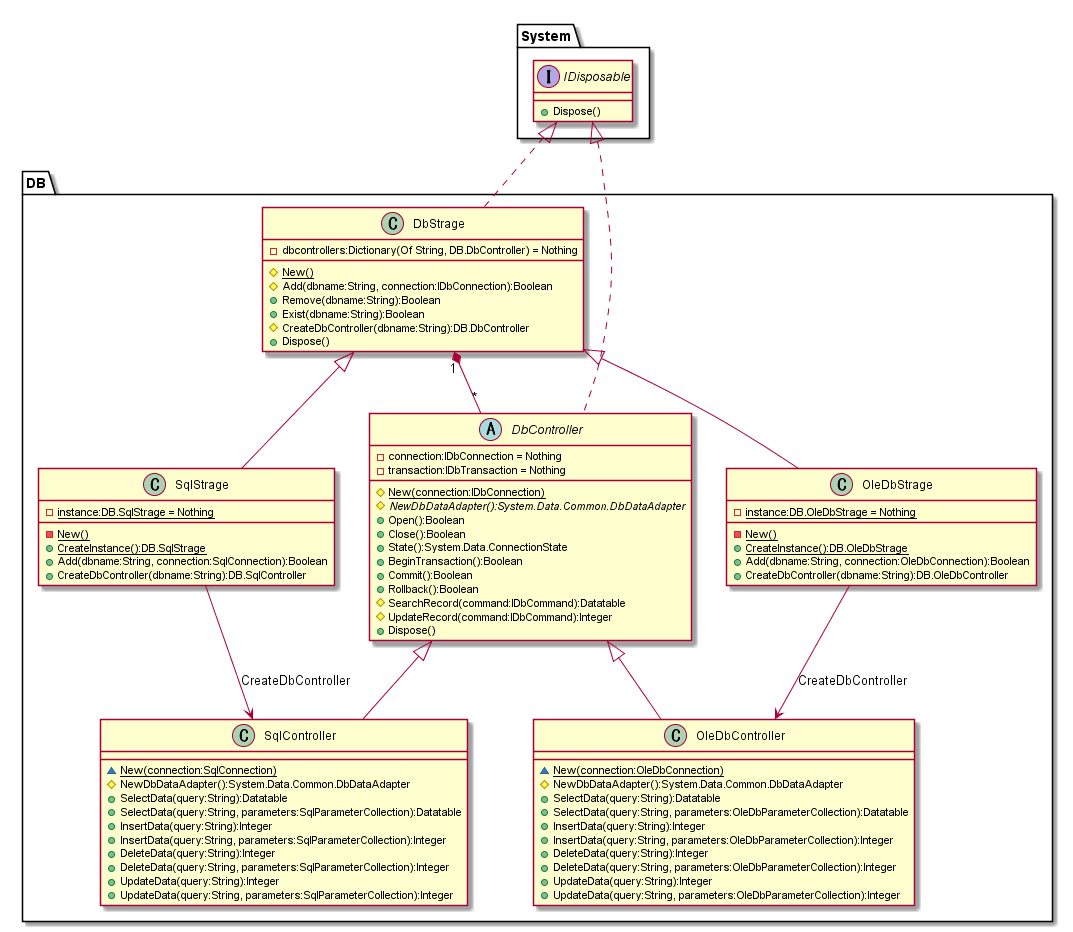
hirorich/CommonTool keeps this PlantUML diagram as doc/ClassDiagram/DbControll.png. Above is the earlier version.
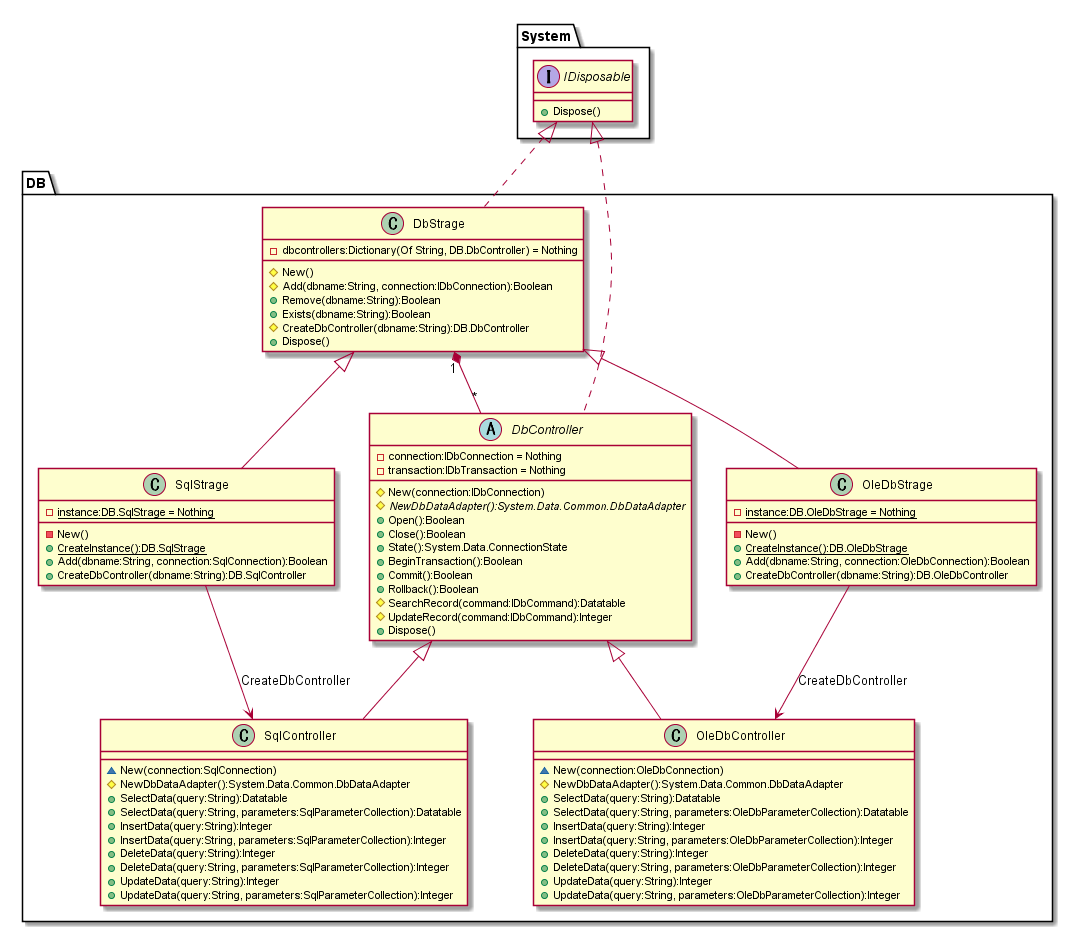
The same diagram one commit later.

The edit, as a diff of the source:
```diff
@@ -7,10 +7,10 @@
 class DB.DbStrage {
   - {field} dbcontrollers:Dictionary(Of String, DB.DbController) = Nothing
 
-  # {static} New()
+  # New()
   # Add(dbname:String, connection:IDbConnection):Boolean
   + Remove(dbname:String):Boolean
-  + Exist(dbname:String):Boolean
+  + Exists(dbname:String):Boolean
   # CreateDbController(dbname:String):DB.DbController
   + Dispose()
 }
@@ -19,7 +19,7 @@
 class DB.SqlStrage {
   - {static} instance:DB.SqlStrage = Nothing
 
-  - {static} New()
+  - New()
   + {static} CreateInstance():DB.SqlStrage
   + Add(dbname:String, connection:SqlConnection):Boolean
   + CreateDbController(dbname:String):DB.SqlController
@@ -29,7 +29,7 @@
 class DB.OleDbStrage {
   - {static} instance:DB.OleDbStrage = Nothing
 
-  - {static} New()
+  - New()
   + {static} CreateInstance():DB.OleDbStrage
   + Add(dbname:String, connection:OleDbConnection):Boolean
   + CreateDbController(dbname:String):DB.OleDbController
@@ -40,7 +40,7 @@
   - connection:IDbConnection = Nothing
   - transaction:IDbTransaction = Nothing
 
-  # {static} New(connection:IDbConnection)
+  # New(connection:IDbConnection)
   # {abstract} NewDbDataAdapter():System.Data.Common.DbDataAdapter
   + Open():Boolean
   + Close():Boolean
@@ -56,7 +56,7 @@
 
 class DB.SqlController {
 
-  ~ {static} New(connection:SqlConnection)
+  ~ New(connection:SqlConnection)
   # NewDbDataAdapter():System.Data.Common.DbDataAdapter
   + SelectData(query:String):Datatable
   + SelectData(query:String, parameters:SqlParameterCollection):Datatable
@@ -71,7 +71,7 @@
 
 class DB.OleDbController {
 
-  ~ {static} New(connection:OleDbConnection)
+  ~ New(connection:OleDbConnection)
   # NewDbDataAdapter():System.Data.Common.DbDataAdapter
   + SelectData(query:String):Datatable
   + SelectData(query:String, parameters:OleDbParameterCollection):Datatable
```
